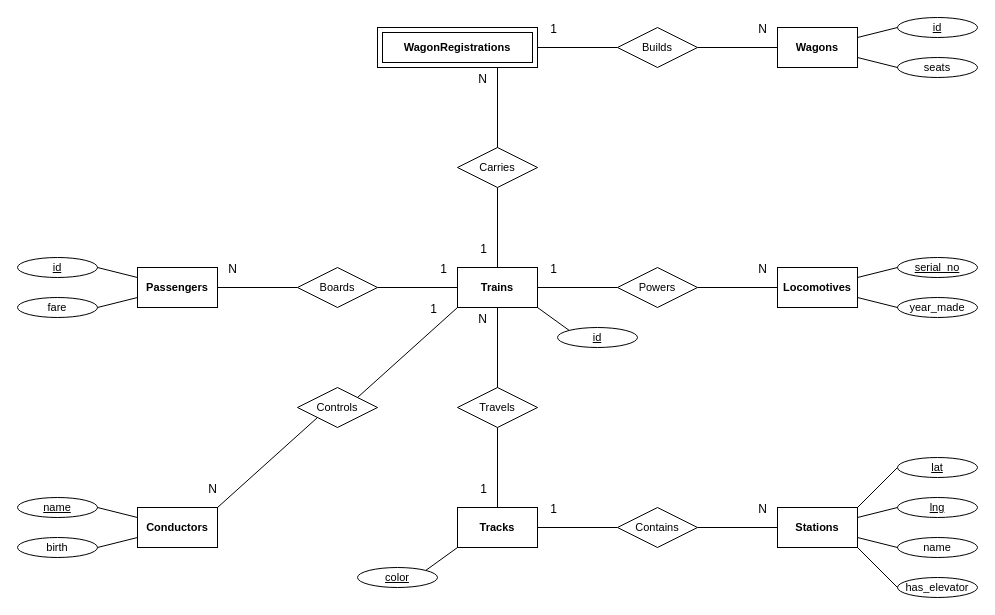
Above: page "Stage 1" (1 of 2) of cta/erd.drawio in hanggrian/IIT-CS425 (draw.io), before the change. Source tidied: cells renumbered, new cells numbered last; positions are measured from the earlier drawing's top-left corner, leaving out a move shared by most shapes. Both pictures are drawn from the tidied source at 100%, with x=0, y=0 at pixel (17, 17).
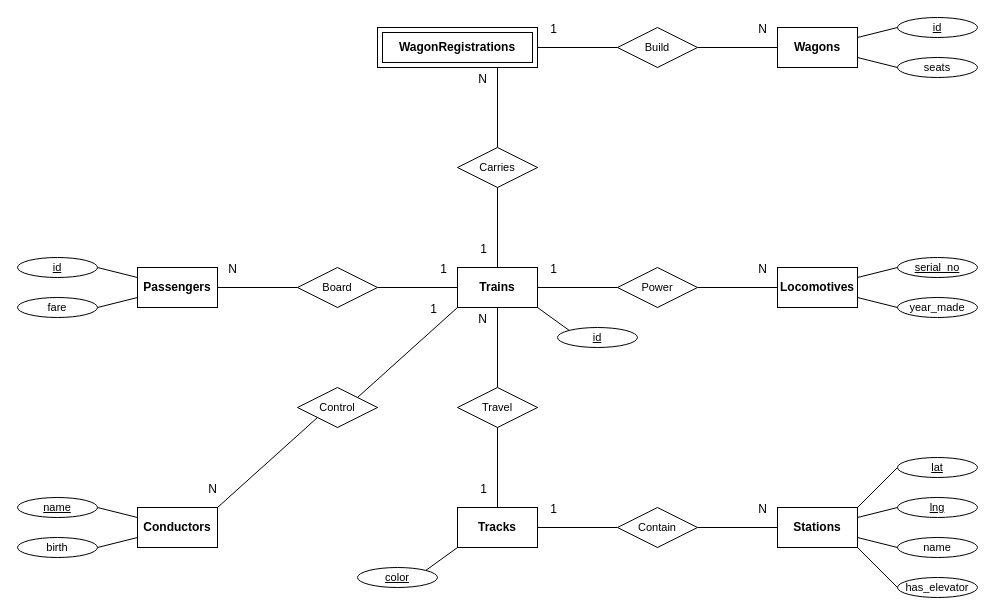
The same diagram, later.

The edit, as a diff of the source:
```diff
@@
-    <mxCell id="2" value="WagonRegistrations" style="shape=ext;margin=3;double=1;whiteSpace=wrap;html=1;align=center;fontSize=11;fontStyle=1;" parent="1" vertex="1">
+    <mxCell id="2" value="WagonRegistrations" style="shape=ext;margin=3;double=1;whiteSpace=wrap;html=1;align=center;fontSize=12;fontStyle=1;" parent="1" vertex="1">
       <mxGeometry x="360" y="10" width="160" height="40" as="geometry" />
     </mxCell>
-    <mxCell id="3" value="Passengers" style="whiteSpace=wrap;html=1;align=center;fontSize=11;fontStyle=1;" parent="1" vertex="1">
+    <mxCell id="3" value="Passengers" style="whiteSpace=wrap;html=1;align=center;fontSize=12;fontStyle=1;" parent="1" vertex="1">
       <mxGeometry x="120" y="250" width="80" height="40" as="geometry" />
     </mxCell>
-    <mxCell id="4" value="Conductors" style="whiteSpace=wrap;html=1;align=center;fontSize=11;fontStyle=1;" parent="1" vertex="1">
+    <mxCell id="4" value="Conductors" style="whiteSpace=wrap;html=1;align=center;fontSize=12;fontStyle=1;" parent="1" vertex="1">
       <mxGeometry x="120" y="490" width="80" height="40" as="geometry" />
     </mxCell>
-    <mxCell id="5" value="Tracks" style="whiteSpace=wrap;html=1;align=center;fontSize=11;fontStyle=1;" parent="1" vertex="1">
+    <mxCell id="5" value="Tracks" style="whiteSpace=wrap;html=1;align=center;fontSize=12;fontStyle=1;" parent="1" vertex="1">
       <mxGeometry x="440" y="490" width="80" height="40" as="geometry" />
     </mxCell>
-    <mxCell id="6" value="Stations" style="whiteSpace=wrap;html=1;align=center;fontSize=11;fontStyle=1;" parent="1" vertex="1">
+    <mxCell id="6" value="Stations" style="whiteSpace=wrap;html=1;align=center;fontSize=12;fontStyle=1;" parent="1" vertex="1">
       <mxGeometry x="760" y="490" width="80" height="40" as="geometry" />
     </mxCell>
-    <mxCell id="7" value="Wagons" style="whiteSpace=wrap;html=1;align=center;fontSize=11;fontStyle=1;" parent="1" vertex="1">
+    <mxCell id="7" value="Wagons" style="whiteSpace=wrap;html=1;align=center;fontSize=12;fontStyle=1;" parent="1" vertex="1">
       <mxGeometry x="760" y="10" width="80" height="40" as="geometry" />
     </mxCell>
-    <mxCell id="8" value="Locomotives" style="whiteSpace=wrap;html=1;align=center;fontSize=11;fontStyle=1;" parent="1" vertex="1">
+    <mxCell id="8" value="Locomotives" style="whiteSpace=wrap;html=1;align=center;fontSize=12;fontStyle=1;" parent="1" vertex="1">
       <mxGeometry x="760" y="250" width="80" height="40" as="geometry" />
     </mxCell>
-    <mxCell id="9" value="Powers" style="shape=rhombus;perimeter=rhombusPerimeter;whiteSpace=wrap;html=1;align=center;fontSize=11;" parent="1" vertex="1">
+    <mxCell id="9" value="Power" style="shape=rhombus;perimeter=rhombusPerimeter;whiteSpace=wrap;html=1;align=center;fontSize=11;" parent="1" vertex="1">
       <mxGeometry x="600" y="250" width="80" height="40" as="geometry" />
     </mxCell>
@@
-    <mxCell id="12" value="Builds" style="shape=rhombus;perimeter=rhombusPerimeter;whiteSpace=wrap;html=1;align=center;fontSize=11;" parent="1" vertex="1">
+    <mxCell id="12" value="Build" style="shape=rhombus;perimeter=rhombusPerimeter;whiteSpace=wrap;html=1;align=center;fontSize=11;" parent="1" vertex="1">
       <mxGeometry x="600" y="10" width="80" height="40" as="geometry" />
     </mxCell>
-    <mxCell id="13" value="Controls" style="shape=rhombus;perimeter=rhombusPerimeter;whiteSpace=wrap;html=1;align=center;fontSize=11;" parent="1" vertex="1">
+    <mxCell id="13" value="Control" style="shape=rhombus;perimeter=rhombusPerimeter;whiteSpace=wrap;html=1;align=center;fontSize=11;" parent="1" vertex="1">
       <mxGeometry x="280" y="370" width="80" height="40" as="geometry" />
     </mxCell>
@@
-    <mxCell id="20" value="Travels" style="shape=rhombus;perimeter=rhombusPerimeter;whiteSpace=wrap;html=1;align=center;fontSize=11;" parent="1" vertex="1">
+    <mxCell id="20" value="Travel" style="shape=rhombus;perimeter=rhombusPerimeter;whiteSpace=wrap;html=1;align=center;fontSize=11;" parent="1" vertex="1">
       <mxGeometry x="440" y="370" width="80" height="40" as="geometry" />
     </mxCell>
@@
-    <mxCell id="27" value="Contains" style="shape=rhombus;perimeter=rhombusPerimeter;whiteSpace=wrap;html=1;align=center;fontSize=11;" parent="1" vertex="1">
+    <mxCell id="27" value="Contain" style="shape=rhombus;perimeter=rhombusPerimeter;whiteSpace=wrap;html=1;align=center;fontSize=11;" parent="1" vertex="1">
       <mxGeometry x="600" y="490" width="80" height="40" as="geometry" />
     </mxCell>
@@
-    <mxCell id="30" value="Boards" style="shape=rhombus;perimeter=rhombusPerimeter;whiteSpace=wrap;html=1;align=center;fontSize=11;" parent="1" vertex="1">
+    <mxCell id="30" value="Board" style="shape=rhombus;perimeter=rhombusPerimeter;whiteSpace=wrap;html=1;align=center;fontSize=11;" parent="1" vertex="1">
       <mxGeometry x="280" y="250" width="80" height="40" as="geometry" />
     </mxCell>
@@
-    <mxCell id="44" value="Trains" style="whiteSpace=wrap;html=1;align=center;fontSize=11;fontStyle=1;" parent="1" vertex="1">
+    <mxCell id="44" value="Trains" style="whiteSpace=wrap;html=1;align=center;fontSize=12;fontStyle=1;" parent="1" vertex="1">
       <mxGeometry x="440" y="250" width="80" height="40" as="geometry" />
     </mxCell>
```
